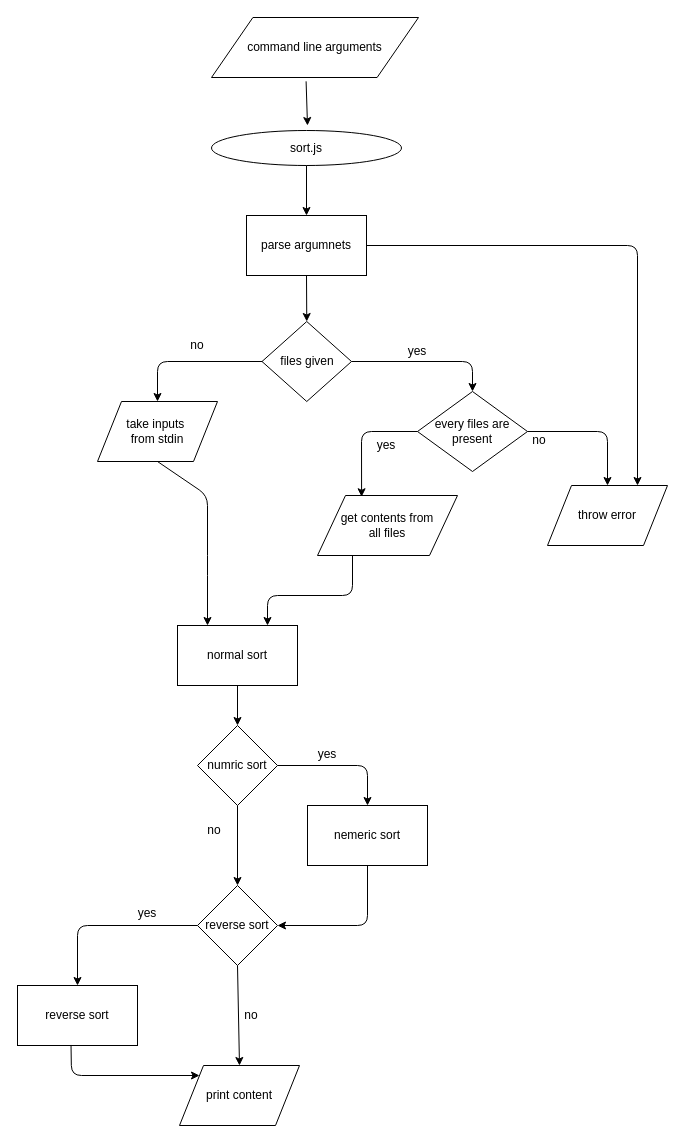
This is docs/head_flow.drawio from step-batch-7/jsTools-armanaaquib, a draw.io file, before an edit. Source tidied: cells renumbered, new cells numbered last; positions are measured from the earlier drawing's top-left corner, leaving out a move shared by most shapes. Both pictures are drawn from the tidied source at 100%, with x=0, y=0 at pixel (17, 17).
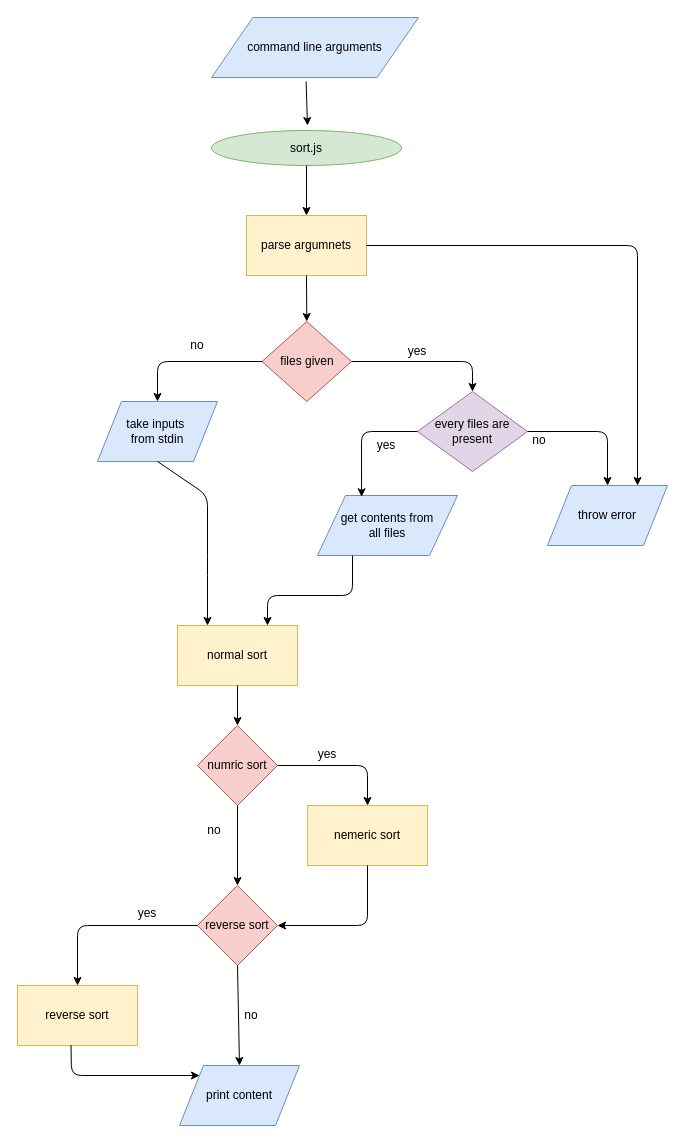
After the change.

Change to the diagram source:
```diff
@@
-    <mxCell id="2" value="sort.js&lt;br&gt;" style="ellipse;whiteSpace=wrap;html=1;" parent="1" vertex="1">
+    <mxCell id="2" value="sort.js&lt;br&gt;" style="ellipse;whiteSpace=wrap;html=1;fillColor=#d5e8d4;strokeColor=#82b366;" parent="1" vertex="1">
       <mxGeometry x="194" y="113" width="190" height="35" as="geometry" />
     </mxCell>
-    <mxCell id="3" value="command line arguments" style="shape=parallelogram;perimeter=parallelogramPerimeter;whiteSpace=wrap;html=1;" parent="1" vertex="1">
+    <mxCell id="3" value="command line arguments" style="shape=parallelogram;perimeter=parallelogramPerimeter;whiteSpace=wrap;html=1;fillColor=#dae8fc;strokeColor=#6c8ebf;" parent="1" vertex="1">
       <mxGeometry x="194" width="207" height="60" as="geometry" />
     </mxCell>
@@
-    <mxCell id="5" value="parse argumnets" style="rounded=0;whiteSpace=wrap;html=1;" parent="1" vertex="1">
+    <mxCell id="5" value="parse argumnets" style="rounded=0;whiteSpace=wrap;html=1;fillColor=#fff2cc;strokeColor=#d6b656;" parent="1" vertex="1">
       <mxGeometry x="229" y="198" width="120" height="60" as="geometry" />
     </mxCell>
@@
-    <mxCell id="7" value="files given" style="rhombus;whiteSpace=wrap;html=1;" parent="1" vertex="1">
+    <mxCell id="7" value="files given" style="rhombus;whiteSpace=wrap;html=1;fillColor=#f8cecc;strokeColor=#b85450;" parent="1" vertex="1">
       <mxGeometry x="244.5" y="304" width="89.5" height="80" as="geometry" />
     </mxCell>
@@
-    <mxCell id="9" value="take inputs&amp;nbsp;&lt;br&gt;from stdin" style="shape=parallelogram;perimeter=parallelogramPerimeter;whiteSpace=wrap;html=1;" parent="1" vertex="1">
+    <mxCell id="9" value="take inputs&amp;nbsp;&lt;br&gt;from stdin" style="shape=parallelogram;perimeter=parallelogramPerimeter;whiteSpace=wrap;html=1;fillColor=#dae8fc;strokeColor=#6c8ebf;" parent="1" vertex="1">
       <mxGeometry x="80" y="384" width="120" height="60" as="geometry" />
     </mxCell>
-    <mxCell id="10" value="every files are present" style="rhombus;whiteSpace=wrap;html=1;" parent="1" vertex="1">
+    <mxCell id="10" value="every files are present" style="rhombus;whiteSpace=wrap;html=1;fillColor=#e1d5e7;strokeColor=#9673a6;" parent="1" vertex="1">
       <mxGeometry x="400" y="374" width="110" height="80" as="geometry" />
     </mxCell>
@@
-    <mxCell id="15" value="throw error" style="shape=parallelogram;perimeter=parallelogramPerimeter;whiteSpace=wrap;html=1;" parent="1" vertex="1">
+    <mxCell id="15" value="throw error" style="shape=parallelogram;perimeter=parallelogramPerimeter;whiteSpace=wrap;html=1;fillColor=#dae8fc;strokeColor=#6c8ebf;" parent="1" vertex="1">
       <mxGeometry x="530" y="468" width="120" height="60" as="geometry" />
     </mxCell>
@@
-    <mxCell id="18" value="get contents from&lt;br&gt;all files" style="shape=parallelogram;perimeter=parallelogramPerimeter;whiteSpace=wrap;html=1;" parent="1" vertex="1">
+    <mxCell id="18" value="get contents from&lt;br&gt;all files" style="shape=parallelogram;perimeter=parallelogramPerimeter;whiteSpace=wrap;html=1;fillColor=#dae8fc;strokeColor=#6c8ebf;" parent="1" vertex="1">
       <mxGeometry x="300" y="478" width="140" height="60" as="geometry" />
     </mxCell>
@@
-    <mxCell id="21" value="normal sort" style="rounded=0;whiteSpace=wrap;html=1;" parent="1" vertex="1">
+    <mxCell id="21" value="normal sort" style="rounded=0;whiteSpace=wrap;html=1;fillColor=#fff2cc;strokeColor=#d6b656;" parent="1" vertex="1">
       <mxGeometry x="160" y="608" width="120" height="60" as="geometry" />
     </mxCell>
@@
-    <mxCell id="24" value="numric sort" style="rhombus;whiteSpace=wrap;html=1;" parent="1" vertex="1">
+    <mxCell id="24" value="numric sort" style="rhombus;whiteSpace=wrap;html=1;fillColor=#f8cecc;strokeColor=#b85450;" parent="1" vertex="1">
       <mxGeometry x="180" y="708" width="80" height="80" as="geometry" />
     </mxCell>
@@
-    <mxCell id="26" value="nemeric sort" style="rounded=0;whiteSpace=wrap;html=1;" parent="1" vertex="1">
+    <mxCell id="26" value="nemeric sort" style="rounded=0;whiteSpace=wrap;html=1;fillColor=#fff2cc;strokeColor=#d6b656;" parent="1" vertex="1">
       <mxGeometry x="290" y="788" width="120" height="60" as="geometry" />
     </mxCell>
@@
-    <mxCell id="28" value="reverse sort" style="rhombus;whiteSpace=wrap;html=1;" parent="1" vertex="1">
+    <mxCell id="28" value="reverse sort" style="rhombus;whiteSpace=wrap;html=1;fillColor=#f8cecc;strokeColor=#b85450;" parent="1" vertex="1">
       <mxGeometry x="180" y="868" width="80" height="80" as="geometry" />
     </mxCell>
@@
-    <mxCell id="33" value="reverse sort" style="rounded=0;whiteSpace=wrap;html=1;" parent="1" vertex="1">
+    <mxCell id="33" value="reverse sort" style="rounded=0;whiteSpace=wrap;html=1;fillColor=#fff2cc;strokeColor=#d6b656;" parent="1" vertex="1">
       <mxGeometry y="968" width="120" height="60" as="geometry" />
     </mxCell>
@@
-    <mxCell id="35" value="print content" style="shape=parallelogram;perimeter=parallelogramPerimeter;whiteSpace=wrap;html=1;" parent="1" vertex="1">
+    <mxCell id="35" value="print content" style="shape=parallelogram;perimeter=parallelogramPerimeter;whiteSpace=wrap;html=1;fillColor=#dae8fc;strokeColor=#6c8ebf;" parent="1" vertex="1">
       <mxGeometry x="162" y="1048" width="120" height="60" as="geometry" />
     </mxCell>
```
